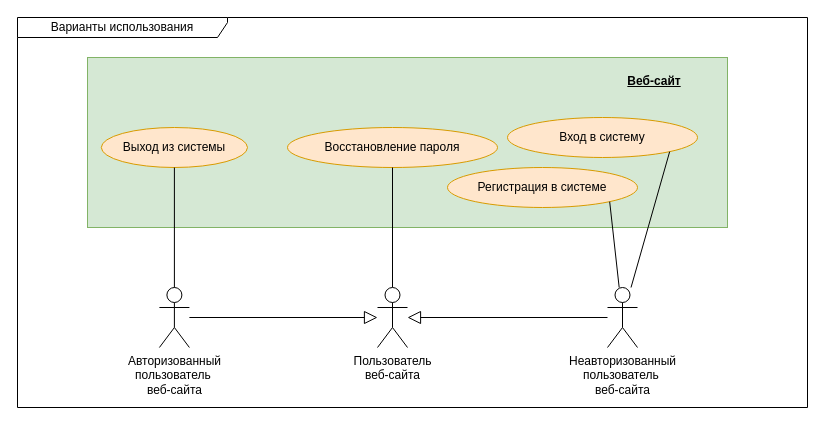
Above: raw_diagrams/use_case.drawio in AS2/internet_technologies (draw.io), before the change. Source tidied: cells renumbered, new cells numbered last; positions are measured from the earlier drawing's top-left corner, leaving out a move shared by most shapes. Both pictures are drawn from the tidied source at 100%, with x=0, y=0 at pixel (17, 17).
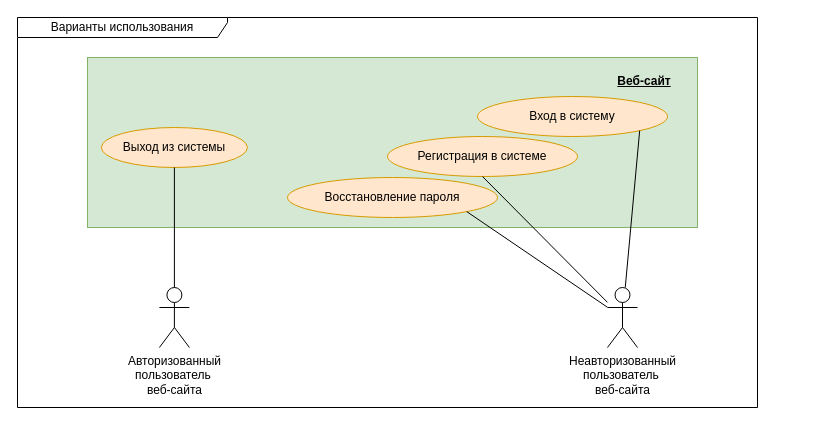
After the change.

Commit message (it also covers changes not shown here):
Fixed use-case

What changed in the source:
```diff
@@
 <mxGraphModel>
   <root>
     <mxCell id="0" />
     <mxCell id="1" parent="0" />
     <mxCell id="2" style="html=1;whiteSpace=wrap;fillColor=#d5e8d4;strokeColor=#82b366;" parent="1" vertex="1">
-      <mxGeometry x="70" y="40" width="640" height="170" as="geometry" />
+      <mxGeometry x="70" y="40" width="610" height="170" as="geometry" />
     </mxCell>
     <mxCell id="3" value="&lt;div&gt;Авторизованный&lt;/div&gt;&lt;div&gt;пользователь&amp;nbsp;&lt;/div&gt;веб-сайта" style="shape=umlActor;verticalLabelPosition=bottom;verticalAlign=top;html=1;outlineConnect=0;" parent="1" vertex="1">
       <mxGeometry x="141.9" y="270" width="30" height="60" as="geometry" />
     </mxCell>
     <mxCell id="4" value="Варианты использования" style="shape=umlFrame;whiteSpace=wrap;html=1;width=210;height=20;" parent="1" vertex="1">
-      <mxGeometry width="790" height="390" as="geometry" />
+      <mxGeometry width="740" height="390" as="geometry" />
     </mxCell>
     <mxCell id="5" value="&lt;u&gt;&lt;b&gt;Веб-сайт&lt;br&gt;&lt;/b&gt;&lt;/u&gt;" style="text;html=1;strokeColor=none;fillColor=none;align=center;verticalAlign=middle;whiteSpace=wrap;rounded=0;" parent="1" vertex="1">
-      <mxGeometry x="582.5" y="49" width="107.5" height="30" as="geometry" />
+      <mxGeometry x="572.5" y="49" width="107.5" height="30" as="geometry" />
     </mxCell>
     <mxCell id="6" value="Восстановление пароля" style="ellipse;whiteSpace=wrap;html=1;fillColor=#ffe6cc;strokeColor=#d79b00;" parent="1" vertex="1">
-      <mxGeometry x="270" y="110" width="210" height="40" as="geometry" />
+      <mxGeometry x="270" y="160" width="210" height="40" as="geometry" />
     </mxCell>
-    <mxCell id="7" style="endArrow=none;html=1;rounded=0;entryX=0.5;entryY=1;entryDx=0;entryDy=0;" parent="1" edge="1" source="8" target="6">
+    <mxCell id="7" style="endArrow=none;html=1;rounded=0;entryX=1;entryY=1;entryDx=0;entryDy=0;" parent="1" edge="1" source="10" target="6">
       <mxGeometry relative="1" as="geometry" />
     </mxCell>
-    <mxCell id="8" value="Пользователь&lt;br style=&quot;border-color: var(--border-color);&quot;&gt;веб-сайта" style="shape=umlActor;verticalLabelPosition=bottom;verticalAlign=top;html=1;outlineConnect=0;" parent="1" vertex="1">
-      <mxGeometry x="360" y="270" width="30" height="60" as="geometry" />
-    </mxCell>
-    <mxCell id="9" style="endArrow=block;endSize=11;endFill=0;html=1;rounded=0;" parent="1" edge="1" source="3" target="8">
-      <mxGeometry relative="1" as="geometry" />
-    </mxCell>
     <mxCell id="10" value="&lt;div style=&quot;border-color: var(--border-color);&quot;&gt;Неавторизованный&lt;/div&gt;&lt;div style=&quot;border-color: var(--border-color);&quot;&gt;пользователь&amp;nbsp;&lt;/div&gt;веб-сайта" style="shape=umlActor;verticalLabelPosition=bottom;verticalAlign=top;html=1;outlineConnect=0;" parent="1" vertex="1">
       <mxGeometry x="590" y="270" width="30" height="60" as="geometry" />
     </mxCell>
-    <mxCell id="11" style="endArrow=block;endSize=11;endFill=0;html=1;rounded=0;" parent="1" edge="1" source="10" target="8">
-      <mxGeometry relative="1" as="geometry" />
-    </mxCell>
     <mxCell id="12" value="Регистрация в системе" style="ellipse;whiteSpace=wrap;html=1;fillColor=#ffe6cc;strokeColor=#d79b00;" parent="1" vertex="1">
-      <mxGeometry x="430" y="150" width="190" height="40" as="geometry" />
+      <mxGeometry x="370" y="119" width="190" height="40" as="geometry" />
     </mxCell>
-    <mxCell id="13" style="endArrow=none;html=1;rounded=0;entryX=1;entryY=1;entryDx=0;entryDy=0;" parent="1" edge="1" source="10" target="12">
+    <mxCell id="13" style="endArrow=none;html=1;rounded=0;entryX=0.5;entryY=1;entryDx=0;entryDy=0;" parent="1" edge="1" source="10" target="12">
       <mxGeometry relative="1" as="geometry" />
     </mxCell>
     <mxCell id="14" value="Вход в систему" style="ellipse;whiteSpace=wrap;html=1;fillColor=#ffe6cc;strokeColor=#d79b00;" parent="1" vertex="1">
-      <mxGeometry x="490" y="100" width="190" height="40" as="geometry" />
+      <mxGeometry x="460" y="79" width="190" height="40" as="geometry" />
     </mxCell>
     <mxCell id="15" style="endArrow=none;html=1;rounded=0;entryX=1;entryY=1;entryDx=0;entryDy=0;" parent="1" edge="1" source="10" target="14">
       <mxGeometry relative="1" as="geometry" />
     </mxCell>
     <mxCell id="16" value="Выход из системы" style="ellipse;whiteSpace=wrap;html=1;fillColor=#ffe6cc;strokeColor=#d79b00;" parent="1" vertex="1">
       <mxGeometry x="83.8" y="110" width="146.2" height="40" as="geometry" />
     </mxCell>
     <mxCell id="17" style="endArrow=none;html=1;rounded=0;entryX=0.5;entryY=1;entryDx=0;entryDy=0;" parent="1" edge="1" source="3" target="16">
       <mxGeometry relative="1" as="geometry" />
     </mxCell>
   </root>
 </mxGraphModel>
```
